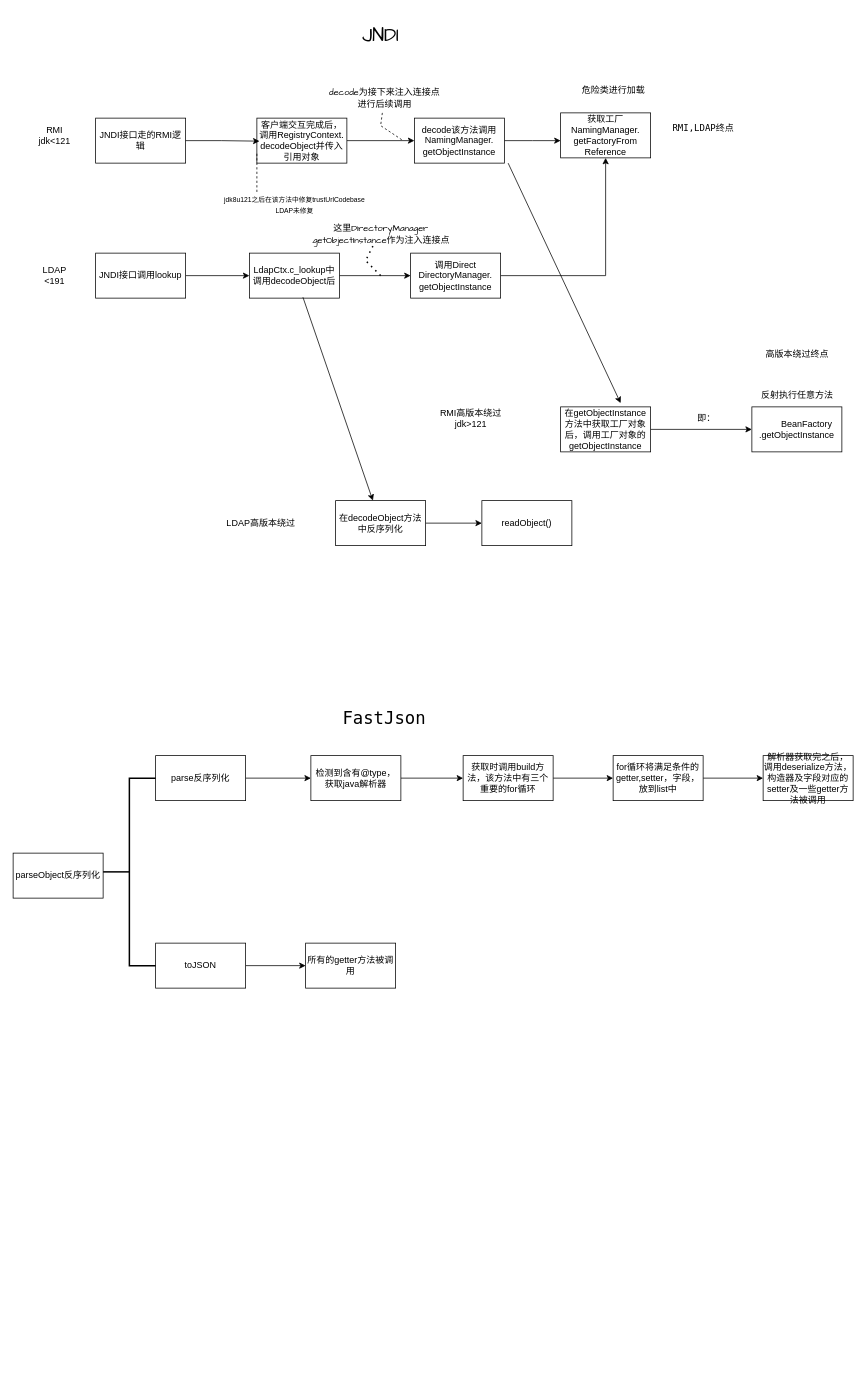
This is java_security.drawio from bxhhf/first-repo, a draw.io file, before an edit. Source tidied: cells renumbered, new cells numbered last; positions are measured from the earlier drawing's top-left corner, leaving out a move shared by most shapes. Both pictures are drawn from the tidied source at 75%, with x=0, y=0 at pixel (13, 13).
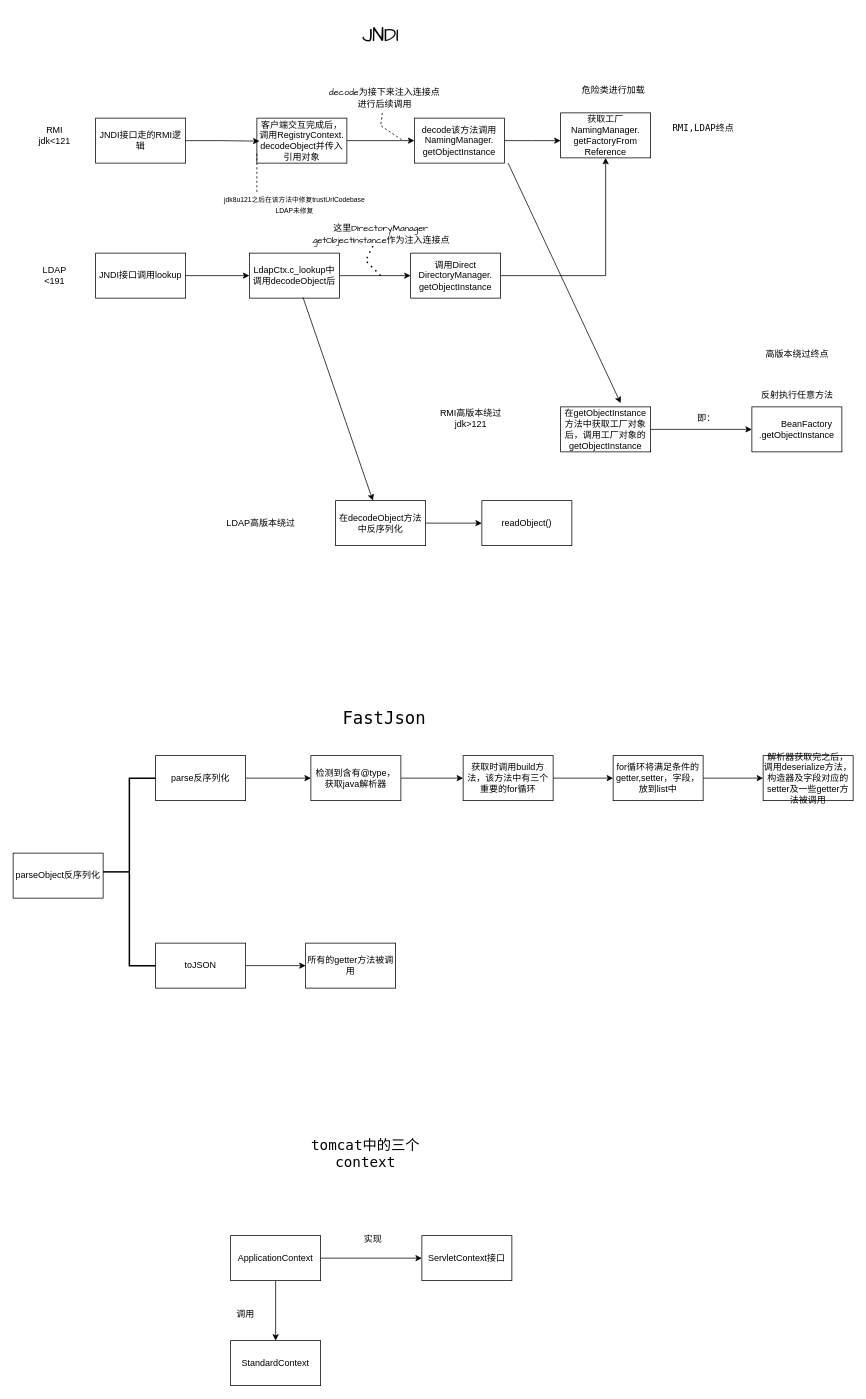
The same page after the edit.

What changed in the source:
```diff
@@
+    <mxCell id="54" value="&lt;font face=&quot;Lucida Console&quot; style=&quot;font-size: 19px;&quot;&gt;tomcat中的三个context&lt;/font&gt;" style="text;html=1;whiteSpace=wrap;strokeColor=none;fillColor=none;align=center;verticalAlign=middle;rounded=0;" parent="1" vertex="1">
+      <mxGeometry x="390" y="1510" width="160" height="20" as="geometry" />
+    </mxCell>
+    <mxCell id="55" style="edgeStyle=orthogonalEdgeStyle;rounded=0;jettySize=auto;html=1;" parent="1" edge="1" source="57" target="58">
+      <mxGeometry relative="1" as="geometry" />
+    </mxCell>
+    <mxCell id="56" style="edgeStyle=orthogonalEdgeStyle;rounded=0;jettySize=auto;html=1;" parent="1" edge="1" source="57" target="60">
+      <mxGeometry relative="1" as="geometry" />
+    </mxCell>
+    <mxCell id="57" value="ApplicationContext" style="rounded=0;whiteSpace=wrap;html=1;" parent="1" vertex="1">
+      <mxGeometry x="290" y="1630" width="120" height="60" as="geometry" />
+    </mxCell>
+    <mxCell id="58" value="ServletContext接口" style="whiteSpace=wrap;html=1;rounded=0;" parent="1" vertex="1">
+      <mxGeometry x="545" y="1630" width="120" height="60" as="geometry" />
+    </mxCell>
+    <mxCell id="59" value="实现" style="text;html=1;whiteSpace=wrap;strokeColor=none;fillColor=none;align=center;verticalAlign=middle;rounded=0;" parent="1" vertex="1">
+      <mxGeometry x="440" y="1620" width="80" height="30" as="geometry" />
+    </mxCell>
+    <mxCell id="60" value="StandardContext" style="rounded=0;whiteSpace=wrap;html=1;" parent="1" vertex="1">
+      <mxGeometry x="290" y="1770" width="120" height="60" as="geometry" />
+    </mxCell>
+    <mxCell id="61" value="调用" style="text;html=1;whiteSpace=wrap;strokeColor=none;fillColor=none;align=center;verticalAlign=middle;rounded=0;" parent="1" vertex="1">
+      <mxGeometry x="280" y="1720" width="60" height="30" as="geometry" />
+    </mxCell>
```
